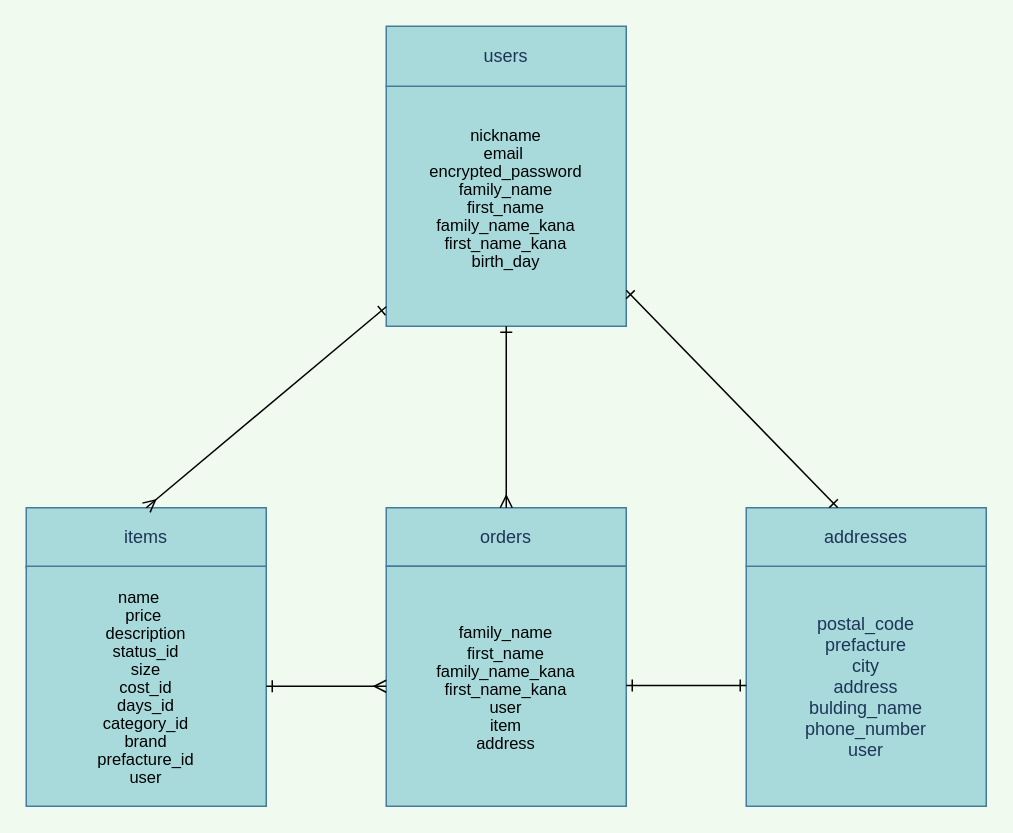
The draw.io diagram furima.dio in t-ichimura-sati0920/furima-31994, before the edit. Source tidied: cells renumbered, new cells numbered last; positions are measured from the earlier drawing's top-left corner, leaving out a move shared by most shapes. Both pictures are drawn from the tidied source at 150%, with x=0, y=0 at pixel (26, 26).
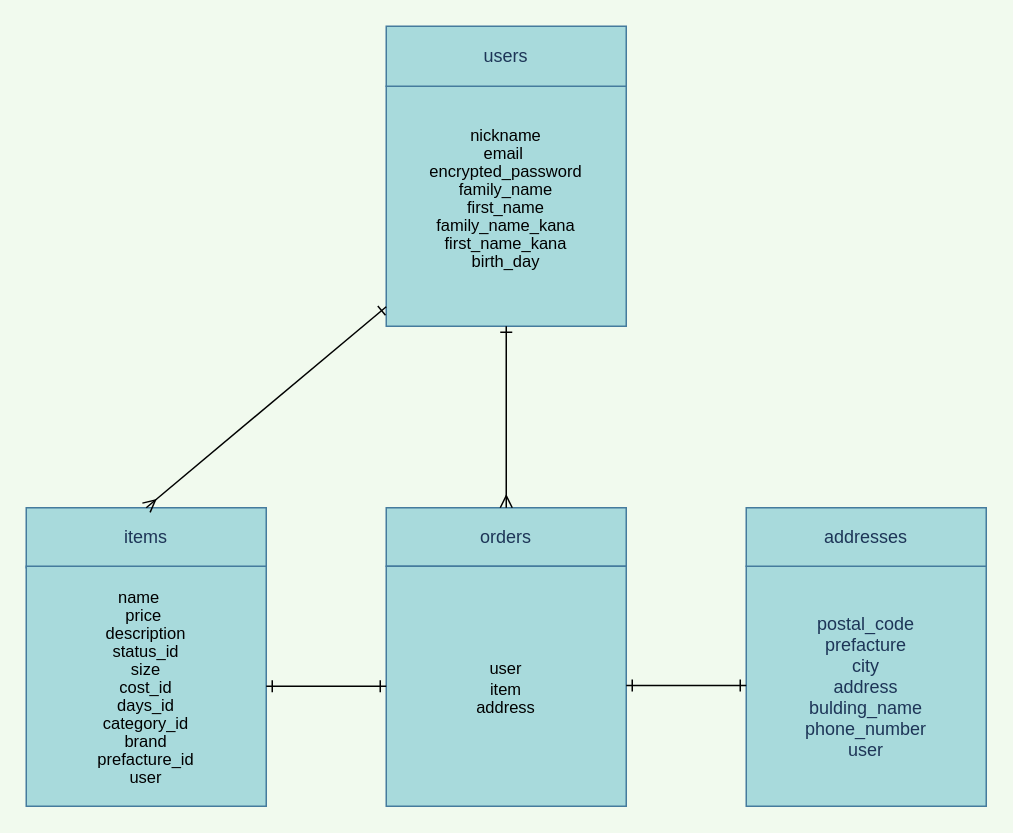
Above is the later version.

The edit, as a diff of the source:
```diff
@@
 <mxGraphModel background="#F1FAEE">
   <root>
     <mxCell id="0" />
     <mxCell id="1" parent="0" />
     <mxCell id="2" value="&lt;p class=&quot;p1&quot; style=&quot;margin: 0px ; font-stretch: normal ; font-size: 11px ; line-height: normal ; color: rgb(0 , 0 , 0)&quot;&gt;&lt;span class=&quot;s1&quot;&gt;nickname&lt;/span&gt;&lt;/p&gt;&lt;p class=&quot;p1&quot; style=&quot;margin: 0px ; font-stretch: normal ; font-size: 11px ; line-height: normal ; color: rgb(0 , 0 , 0)&quot;&gt;&lt;span class=&quot;s1&quot;&gt;&lt;/span&gt;&lt;/p&gt;&lt;p class=&quot;p1&quot; style=&quot;margin: 0px ; font-stretch: normal ; font-size: 11px ; line-height: normal ; color: rgb(0 , 0 , 0)&quot;&gt;&lt;span class=&quot;s1&quot;&gt;email&lt;span class=&quot;Apple-converted-space&quot;&gt;&amp;nbsp;&lt;/span&gt;&lt;/span&gt;&lt;/p&gt;&lt;p class=&quot;p1&quot; style=&quot;margin: 0px ; font-stretch: normal ; font-size: 11px ; line-height: normal ; color: rgb(0 , 0 , 0)&quot;&gt;&lt;span class=&quot;s1&quot;&gt;&lt;span class=&quot;Apple-converted-space&quot;&gt;encrypted_password&lt;/span&gt;&lt;/span&gt;&lt;/p&gt;&lt;p class=&quot;p1&quot; style=&quot;margin: 0px ; font-stretch: normal ; font-size: 11px ; line-height: normal ; color: rgb(0 , 0 , 0)&quot;&gt;&lt;span class=&quot;s1&quot;&gt;&lt;/span&gt;&lt;/p&gt;&lt;p class=&quot;p1&quot; style=&quot;margin: 0px ; font-stretch: normal ; font-size: 11px ; line-height: normal ; color: rgb(0 , 0 , 0)&quot;&gt;&lt;span class=&quot;s1&quot;&gt;family_name&lt;/span&gt;&lt;/p&gt;&lt;p class=&quot;p1&quot; style=&quot;margin: 0px ; font-stretch: normal ; font-size: 11px ; line-height: normal ; color: rgb(0 , 0 , 0)&quot;&gt;&lt;span class=&quot;s1&quot;&gt;&lt;/span&gt;&lt;/p&gt;&lt;p class=&quot;p1&quot; style=&quot;margin: 0px ; font-stretch: normal ; font-size: 11px ; line-height: normal ; color: rgb(0 , 0 , 0)&quot;&gt;&lt;span class=&quot;s1&quot;&gt;first_name&lt;/span&gt;&lt;/p&gt;&lt;p class=&quot;p1&quot; style=&quot;margin: 0px ; font-stretch: normal ; font-size: 11px ; line-height: normal ; color: rgb(0 , 0 , 0)&quot;&gt;&lt;span class=&quot;s1&quot;&gt;family_name_kana&lt;/span&gt;&lt;/p&gt;&lt;p class=&quot;p1&quot; style=&quot;margin: 0px ; font-stretch: normal ; font-size: 11px ; line-height: normal ; color: rgb(0 , 0 , 0)&quot;&gt;&lt;span class=&quot;s1&quot;&gt;&lt;/span&gt;&lt;/p&gt;&lt;p class=&quot;p1&quot; style=&quot;margin: 0px ; font-stretch: normal ; font-size: 11px ; line-height: normal ; color: rgb(0 , 0 , 0)&quot;&gt;&lt;span class=&quot;s1&quot;&gt;first_name_kana&lt;/span&gt;&lt;/p&gt;&lt;p class=&quot;p1&quot; style=&quot;margin: 0px ; font-stretch: normal ; font-size: 11px ; line-height: normal ; color: rgb(0 , 0 , 0)&quot;&gt;&lt;span class=&quot;s1&quot;&gt;&lt;/span&gt;&lt;/p&gt;&lt;p class=&quot;p1&quot; style=&quot;margin: 0px ; font-stretch: normal ; font-size: 11px ; line-height: normal ; color: rgb(0 , 0 , 0)&quot;&gt;&lt;span class=&quot;s1&quot;&gt;birth_day&lt;/span&gt;&lt;/p&gt;&lt;p class=&quot;p1&quot; style=&quot;margin: 0px ; font-stretch: normal ; font-size: 11px ; line-height: normal ; color: rgb(0 , 0 , 0)&quot;&gt;&lt;span class=&quot;s1&quot;&gt;&lt;br&gt;&lt;/span&gt;&lt;/p&gt;" style="whiteSpace=wrap;html=1;rounded=0;sketch=0;fillColor=#A8DADC;strokeColor=#457B9D;fontColor=#1D3557;" parent="1" vertex="1">
       <mxGeometry x="240" y="40" width="160" height="160" as="geometry" />
     </mxCell>
     <mxCell id="3" value="orders" style="rounded=0;whiteSpace=wrap;html=1;sketch=0;fillColor=#A8DADC;strokeColor=#457B9D;fontColor=#1D3557;" parent="1" vertex="1">
       <mxGeometry x="240" y="321" width="160" height="39" as="geometry" />
     </mxCell>
-    <mxCell id="4" value="&lt;span style=&quot;color: rgb(0 , 0 , 0) ; font-size: 11px&quot;&gt;family_name&lt;/span&gt;&lt;br&gt;&lt;p class=&quot;p1&quot; style=&quot;margin: 0px ; font-stretch: normal ; font-size: 11px ; line-height: normal ; color: rgb(0 , 0 , 0)&quot;&gt;&lt;span class=&quot;s1&quot;&gt;&lt;/span&gt;&lt;/p&gt;&lt;p class=&quot;p1&quot; style=&quot;margin: 0px ; font-stretch: normal ; font-size: 11px ; line-height: normal ; color: rgb(0 , 0 , 0)&quot;&gt;&lt;span class=&quot;s1&quot;&gt;first_name&lt;/span&gt;&lt;/p&gt;&lt;p class=&quot;p1&quot; style=&quot;margin: 0px ; font-stretch: normal ; font-size: 11px ; line-height: normal ; color: rgb(0 , 0 , 0)&quot;&gt;&lt;span class=&quot;s1&quot;&gt;family_name_kana&lt;/span&gt;&lt;/p&gt;&lt;p class=&quot;p1&quot; style=&quot;margin: 0px ; font-stretch: normal ; font-size: 11px ; line-height: normal ; color: rgb(0 , 0 , 0)&quot;&gt;&lt;span class=&quot;s1&quot;&gt;&lt;/span&gt;&lt;/p&gt;&lt;p class=&quot;p1&quot; style=&quot;margin: 0px ; font-stretch: normal ; font-size: 11px ; line-height: normal ; color: rgb(0 , 0 , 0)&quot;&gt;&lt;span class=&quot;s1&quot;&gt;first_name_kana&lt;/span&gt;&lt;/p&gt;&lt;p class=&quot;p1&quot; style=&quot;margin: 0px ; font-stretch: normal ; font-size: 11px ; line-height: normal ; color: rgb(0 , 0 , 0)&quot;&gt;&lt;span class=&quot;s1&quot;&gt;user&lt;/span&gt;&lt;/p&gt;&lt;p class=&quot;p1&quot; style=&quot;margin: 0px ; font-stretch: normal ; font-size: 11px ; line-height: normal ; color: rgb(0 , 0 , 0)&quot;&gt;&lt;span class=&quot;s1&quot;&gt;item&lt;/span&gt;&lt;/p&gt;&lt;p class=&quot;p1&quot; style=&quot;margin: 0px ; font-stretch: normal ; font-size: 11px ; line-height: normal ; color: rgb(0 , 0 , 0)&quot;&gt;&lt;span class=&quot;s1&quot;&gt;address&lt;/span&gt;&lt;/p&gt;" style="whiteSpace=wrap;html=1;rounded=0;sketch=0;fillColor=#A8DADC;strokeColor=#457B9D;fontColor=#1D3557;" parent="1" vertex="1">
+    <mxCell id="4" value="&lt;span style=&quot;color: rgb(0 , 0 , 0) ; font-size: 11px&quot;&gt;user&lt;/span&gt;&lt;br&gt;&lt;p class=&quot;p1&quot; style=&quot;margin: 0px ; font-stretch: normal ; font-size: 11px ; line-height: normal ; color: rgb(0 , 0 , 0)&quot;&gt;&lt;span class=&quot;s1&quot;&gt;item&lt;/span&gt;&lt;/p&gt;&lt;p class=&quot;p1&quot; style=&quot;margin: 0px ; font-stretch: normal ; font-size: 11px ; line-height: normal ; color: rgb(0 , 0 , 0)&quot;&gt;&lt;span class=&quot;s1&quot;&gt;address&lt;/span&gt;&lt;/p&gt;" style="whiteSpace=wrap;html=1;rounded=0;sketch=0;fillColor=#A8DADC;strokeColor=#457B9D;fontColor=#1D3557;" parent="1" vertex="1">
       <mxGeometry x="240" y="360" width="160" height="160" as="geometry" />
     </mxCell>
     <mxCell id="5" value="items" style="rounded=0;whiteSpace=wrap;html=1;sketch=0;fillColor=#A8DADC;strokeColor=#457B9D;fontColor=#1D3557;" parent="1" vertex="1">
       <mxGeometry y="321" width="160" height="40" as="geometry" />
     </mxCell>
     <mxCell id="6" value="users" style="rounded=0;whiteSpace=wrap;html=1;sketch=0;fillColor=#A8DADC;strokeColor=#457B9D;fontColor=#1D3557;" parent="1" vertex="1">
       <mxGeometry x="240" width="160" height="40" as="geometry" />
     </mxCell>
     <mxCell id="7" value="&lt;p class=&quot;p1&quot; style=&quot;margin: 0px ; font-stretch: normal ; font-size: 11px ; line-height: normal ; color: rgb(0 , 0 , 0)&quot;&gt;&lt;span style=&quot;color: rgb(29 , 53 , 87) ; font-size: 12px&quot;&gt;postal_code&lt;/span&gt;&lt;br style=&quot;color: rgb(29 , 53 , 87) ; font-size: 12px&quot;&gt;&lt;span style=&quot;color: rgb(29 , 53 , 87) ; font-size: 12px&quot;&gt;prefacture&lt;/span&gt;&lt;br style=&quot;color: rgb(29 , 53 , 87) ; font-size: 12px&quot;&gt;&lt;span style=&quot;color: rgb(29 , 53 , 87) ; font-size: 12px&quot;&gt;city&lt;/span&gt;&lt;br style=&quot;color: rgb(29 , 53 , 87) ; font-size: 12px&quot;&gt;&lt;span style=&quot;color: rgb(29 , 53 , 87) ; font-size: 12px&quot;&gt;address&lt;/span&gt;&lt;br style=&quot;color: rgb(29 , 53 , 87) ; font-size: 12px&quot;&gt;&lt;span style=&quot;color: rgb(29 , 53 , 87) ; font-size: 12px&quot;&gt;bulding_name&lt;/span&gt;&lt;br style=&quot;color: rgb(29 , 53 , 87) ; font-size: 12px&quot;&gt;&lt;span style=&quot;color: rgb(29 , 53 , 87) ; font-size: 12px&quot;&gt;phone_number&lt;/span&gt;&lt;br style=&quot;color: rgb(29 , 53 , 87) ; font-size: 12px&quot;&gt;&lt;span style=&quot;color: rgb(29 , 53 , 87) ; font-size: 12px&quot;&gt;user&lt;/span&gt;&lt;br&gt;&lt;/p&gt;" style="whiteSpace=wrap;html=1;rounded=0;sketch=0;fillColor=#A8DADC;strokeColor=#457B9D;fontColor=#1D3557;" parent="1" vertex="1">
       <mxGeometry x="480" y="360" width="160" height="160" as="geometry" />
     </mxCell>
     <mxCell id="8" value="&lt;span&gt;addresses&lt;/span&gt;" style="rounded=0;whiteSpace=wrap;html=1;sketch=0;fillColor=#A8DADC;strokeColor=#457B9D;fontColor=#1D3557;" parent="1" vertex="1">
       <mxGeometry x="480" y="321" width="160" height="39" as="geometry" />
     </mxCell>
-    <mxCell id="9" style="endArrow=ERone;html=1;strokeColor=#000000;entryX=1;entryY=0.85;entryDx=0;entryDy=0;entryPerimeter=0;startArrow=ERone;startFill=0;endFill=0;" parent="1" edge="1" source="8" target="2">
-      <mxGeometry relative="1" as="geometry" />
-    </mxCell>
     <mxCell id="10" value="&lt;p class=&quot;p1&quot; style=&quot;margin: 0px ; font-stretch: normal ; font-size: 11px ; line-height: normal ; color: rgb(0 , 0 , 0)&quot;&gt;&lt;span class=&quot;s1&quot;&gt;name&lt;span class=&quot;Apple-converted-space&quot;&gt;&amp;nbsp; &amp;nbsp;&lt;/span&gt;&lt;/span&gt;&lt;/p&gt;&lt;p class=&quot;p1&quot; style=&quot;margin: 0px ; font-stretch: normal ; font-size: 11px ; line-height: normal ; color: rgb(0 , 0 , 0)&quot;&gt;&lt;span class=&quot;s1&quot;&gt;&lt;span class=&quot;Apple-converted-space&quot;&gt;&lt;/span&gt;&lt;/span&gt;&lt;/p&gt;&lt;p class=&quot;p1&quot; style=&quot;margin: 0px ; font-stretch: normal ; font-size: 11px ; line-height: normal ; color: rgb(0 , 0 , 0)&quot;&gt;&lt;span class=&quot;s1&quot;&gt;price&amp;nbsp;&lt;/span&gt;&lt;/p&gt;&lt;p class=&quot;p1&quot; style=&quot;margin: 0px ; font-stretch: normal ; font-size: 11px ; line-height: normal ; color: rgb(0 , 0 , 0)&quot;&gt;&lt;span class=&quot;s1&quot;&gt;&lt;/span&gt;&lt;/p&gt;&lt;p class=&quot;p1&quot; style=&quot;margin: 0px ; font-stretch: normal ; font-size: 11px ; line-height: normal ; color: rgb(0 , 0 , 0)&quot;&gt;&lt;span class=&quot;s1&quot;&gt;description&lt;/span&gt;&lt;/p&gt;&lt;p class=&quot;p1&quot; style=&quot;margin: 0px ; font-stretch: normal ; font-size: 11px ; line-height: normal ; color: rgb(0 , 0 , 0)&quot;&gt;&lt;span class=&quot;s1&quot;&gt;&lt;/span&gt;&lt;/p&gt;&lt;p class=&quot;p1&quot; style=&quot;margin: 0px ; font-stretch: normal ; font-size: 11px ; line-height: normal ; color: rgb(0 , 0 , 0)&quot;&gt;&lt;span class=&quot;s1&quot;&gt;status_id&lt;/span&gt;&lt;/p&gt;&lt;p class=&quot;p1&quot; style=&quot;margin: 0px ; font-stretch: normal ; font-size: 11px ; line-height: normal ; color: rgb(0 , 0 , 0)&quot;&gt;&lt;span class=&quot;s1&quot;&gt;&lt;span class=&quot;Apple-converted-space&quot;&gt;size&lt;/span&gt;&lt;/span&gt;&lt;/p&gt;&lt;p class=&quot;p1&quot; style=&quot;margin: 0px ; font-stretch: normal ; font-size: 11px ; line-height: normal ; color: rgb(0 , 0 , 0)&quot;&gt;&lt;span class=&quot;s1&quot;&gt;&lt;span class=&quot;Apple-converted-space&quot;&gt;cost_id&lt;/span&gt;&lt;/span&gt;&lt;/p&gt;&lt;p class=&quot;p1&quot; style=&quot;margin: 0px ; font-stretch: normal ; font-size: 11px ; line-height: normal ; color: rgb(0 , 0 , 0)&quot;&gt;&lt;span class=&quot;s1&quot;&gt;&lt;span class=&quot;Apple-converted-space&quot;&gt;days_id&lt;/span&gt;&lt;/span&gt;&lt;/p&gt;&lt;p class=&quot;p1&quot; style=&quot;margin: 0px ; font-stretch: normal ; font-size: 11px ; line-height: normal ; color: rgb(0 , 0 , 0)&quot;&gt;&lt;span class=&quot;s1&quot;&gt;&lt;span class=&quot;Apple-converted-space&quot;&gt;category_id&lt;/span&gt;&lt;/span&gt;&lt;/p&gt;&lt;p class=&quot;p1&quot; style=&quot;margin: 0px ; font-stretch: normal ; font-size: 11px ; line-height: normal ; color: rgb(0 , 0 , 0)&quot;&gt;&lt;span class=&quot;s1&quot;&gt;&lt;span class=&quot;Apple-converted-space&quot;&gt;brand&lt;/span&gt;&lt;/span&gt;&lt;/p&gt;&lt;p class=&quot;p1&quot; style=&quot;margin: 0px ; font-stretch: normal ; font-size: 11px ; line-height: normal ; color: rgb(0 , 0 , 0)&quot;&gt;&lt;span class=&quot;s1&quot;&gt;&lt;span class=&quot;Apple-converted-space&quot;&gt;prefacture_id&lt;/span&gt;&lt;/span&gt;&lt;/p&gt;&lt;p class=&quot;p1&quot; style=&quot;margin: 0px ; font-stretch: normal ; font-size: 11px ; line-height: normal ; color: rgb(0 , 0 , 0)&quot;&gt;&lt;span class=&quot;s1&quot;&gt;&lt;span class=&quot;Apple-converted-space&quot;&gt;user&lt;/span&gt;&lt;/span&gt;&lt;/p&gt;" style="whiteSpace=wrap;html=1;rounded=0;sketch=0;fillColor=#A8DADC;strokeColor=#457B9D;fontColor=#1D3557;" parent="1" vertex="1">
       <mxGeometry y="360" width="160" height="160" as="geometry" />
     </mxCell>
     <mxCell id="11" style="endArrow=ERone;html=1;strokeColor=#000000;exitX=0.5;exitY=0;exitDx=0;exitDy=0;startArrow=ERmany;startFill=0;endFill=0;" parent="1" edge="1" source="5" target="2">
       <mxGeometry relative="1" as="geometry" />
     </mxCell>
     <mxCell id="12" style="endArrow=ERone;html=1;strokeColor=#000000;startArrow=ERmany;startFill=0;endFill=0;entryX=0.5;entryY=1;entryDx=0;entryDy=0;" parent="1" edge="1" source="3" target="2">
       <mxGeometry relative="1" as="geometry" />
     </mxCell>
-    <mxCell id="13" style="endArrow=ERone;html=1;strokeColor=#000000;startArrow=ERmany;startFill=0;endFill=0;exitX=0;exitY=0.5;exitDx=0;exitDy=0;" parent="1" edge="1" source="4" target="10">
+    <mxCell id="13" style="endArrow=ERone;html=1;strokeColor=#000000;startArrow=ERone;startFill=0;endFill=0;exitX=0;exitY=0.5;exitDx=0;exitDy=0;" parent="1" edge="1" source="4" target="10">
       <mxGeometry relative="1" as="geometry" />
     </mxCell>
     <mxCell id="14" style="endArrow=ERone;html=1;strokeColor=#000000;startArrow=ERone;startFill=0;endFill=0;exitX=0;exitY=0.5;exitDx=0;exitDy=0;" parent="1" edge="1">
       <mxGeometry relative="1" as="geometry">
         <mxPoint x="480" y="439.5" as="sourcePoint" />
         <mxPoint x="400" y="439.5" as="targetPoint" />
       </mxGeometry>
     </mxCell>
   </root>
 </mxGraphModel>
```
